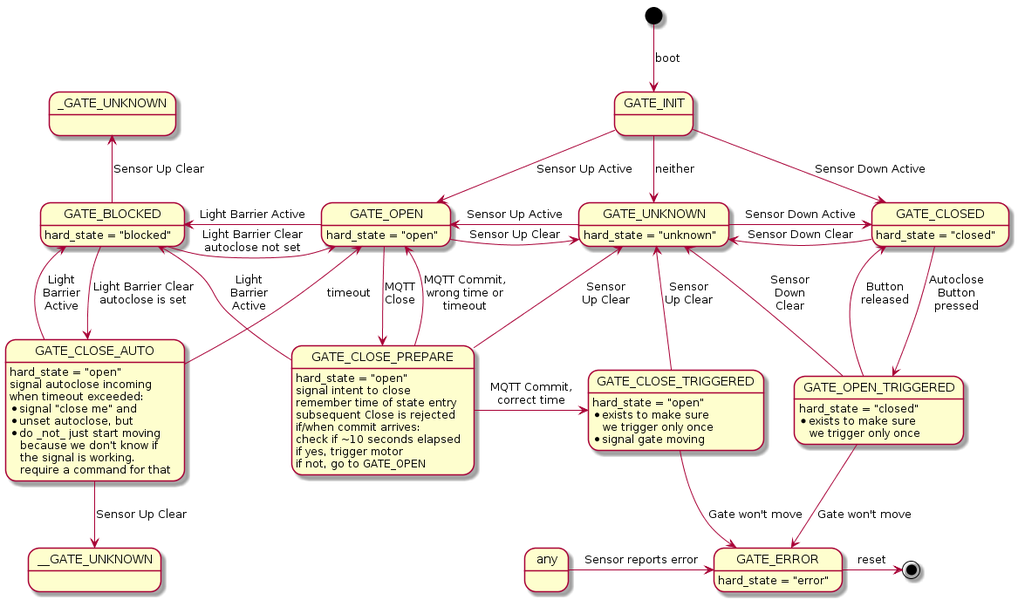
Above: docs/statemachine.png in Svedrin/gatecontrol (PlantUML), before the change.
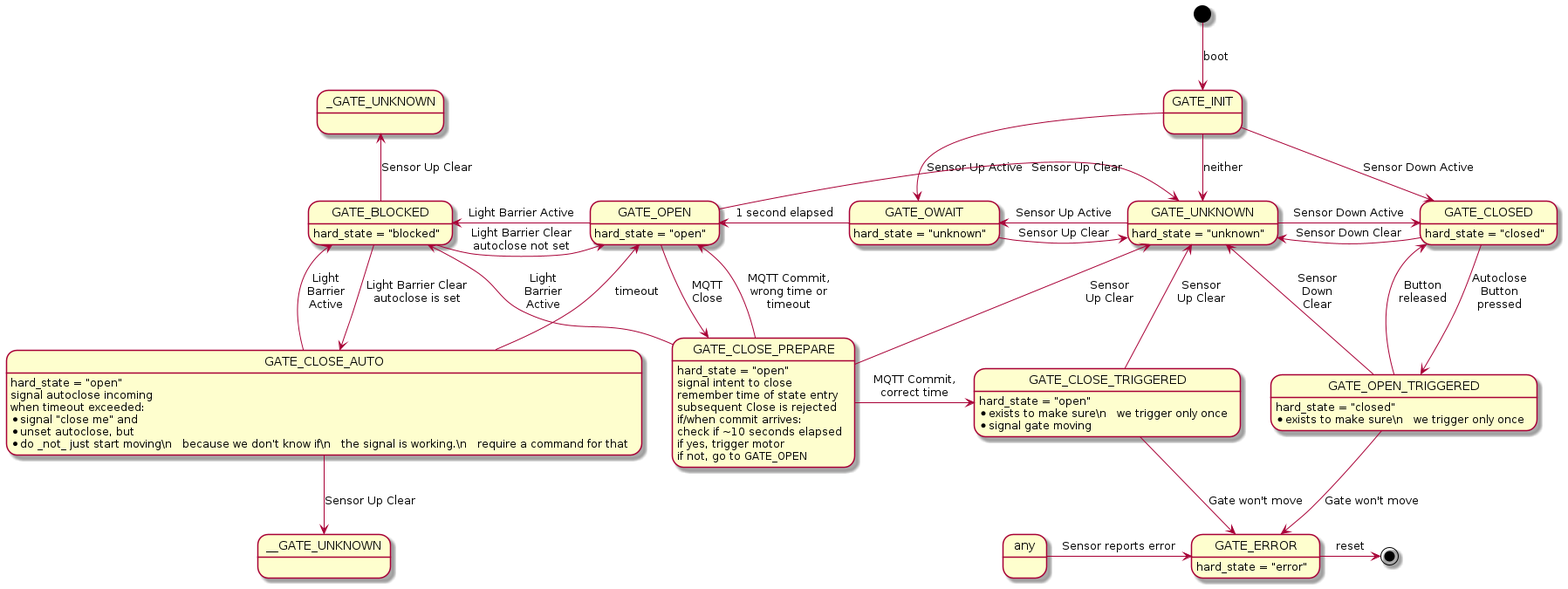
The same file after the commit.

Commit message:
add GATE_OWAIT state, fix test_init_open IT [WIP]

What changed in the source:
```diff
@@ -3,7 +3,7 @@
 [*] --> GATE_INIT : boot
 
 GATE_INIT    -down-> GATE_CLOSED   : Sensor Down Active
-GATE_INIT    -down-> GATE_OPEN     : Sensor Up Active
+GATE_INIT    -down-> GATE_OWAIT    : Sensor Up Active
 GATE_INIT    -down-> GATE_UNKNOWN  : neither
 
 GATE_BLOCKED -right-> GATE_OPEN    : Light Barrier Clear\nautoclose not set
@@ -14,10 +14,14 @@
 GATE_CLOSED  -left->  GATE_UNKNOWN : Sensor Down Clear
 
 GATE_OPEN    -right-> GATE_UNKNOWN : Sensor Up Clear
-GATE_UNKNOWN -left->  GATE_OPEN    : Sensor Up Active
+GATE_UNKNOWN -left->  GATE_OWAIT   : Sensor Up Active
+
+GATE_OWAIT   -left->  GATE_OPEN    : 1 second elapsed
+GATE_OWAIT   -right-> GATE_UNKNOWN : Sensor Up Clear
 
 GATE_OPEN:    hard_state = "open"
 GATE_UNKNOWN: hard_state = "unknown"
+GATE_OWAIT:   hard_state = "unknown"
 GATE_CLOSED:  hard_state = "closed"
 GATE_BLOCKED: hard_state = "blocked"
 
```
